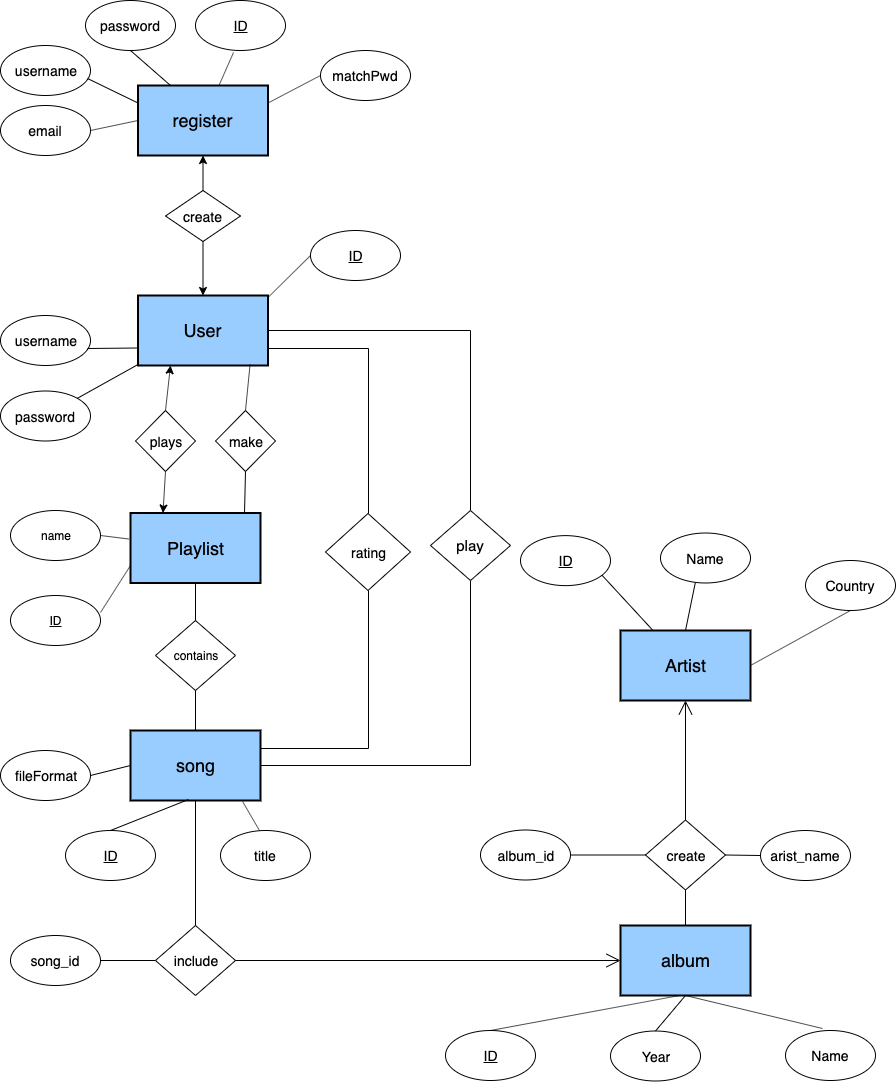
Earlier version of the draw.io export Project Design/cs157a_ERD.png (JPhenglavong/CS157A-20). Source tidied: cells renumbered, new cells last; positions are measured from the earlier drawing's top-left corner, leaving out a move shared by most shapes.
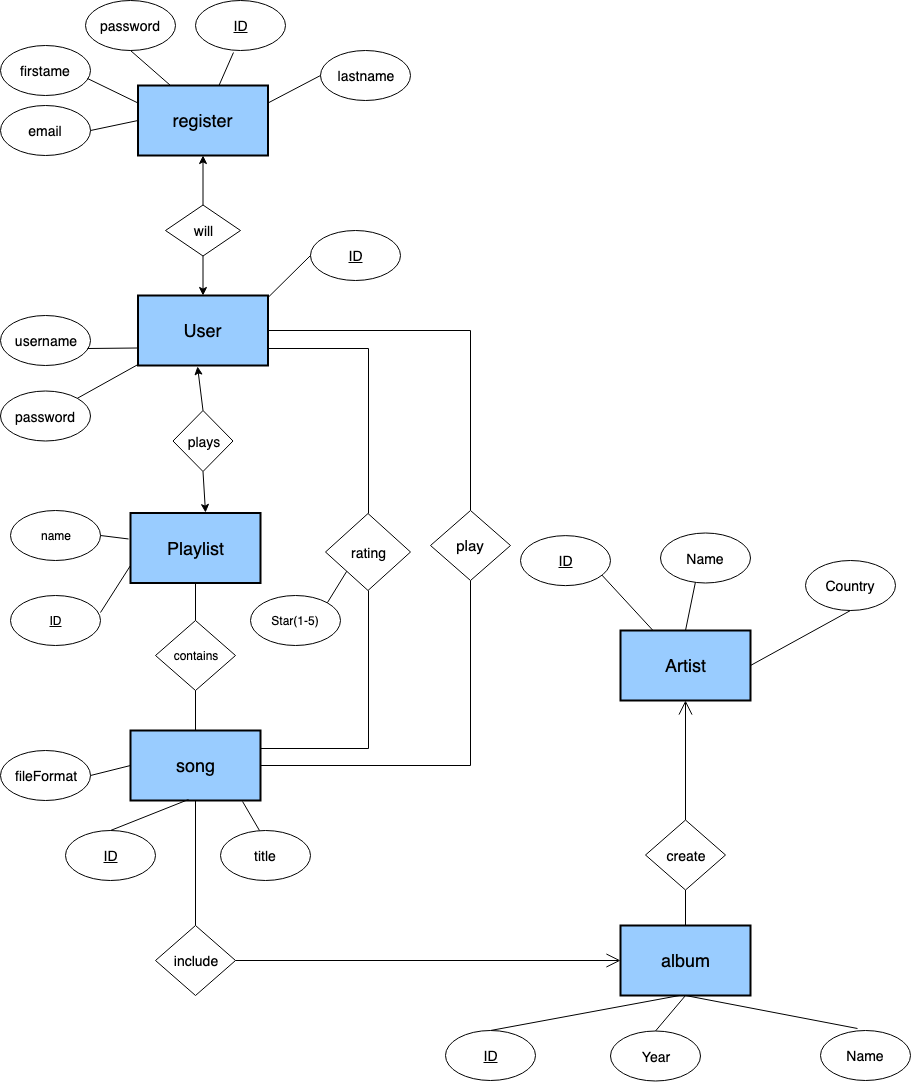
After the commit.

Commit message:
correct some mistake

Diff of the diagram source:
```diff
@@ -30,32 +30,20 @@
       <mxGeometry x="130" y="512.5" width="130" height="70" as="geometry" />
     </mxCell>
     <mxCell id="11" value="&lt;font style=&quot;font-size: 14px&quot;&gt;plays&lt;/font&gt;" style="rhombus;whiteSpace=wrap;html=1;" parent="1" vertex="1">
-      <mxGeometry x="135" y="410" width="60" height="61" as="geometry" />
+      <mxGeometry x="172.5" y="410" width="60" height="61" as="geometry" />
     </mxCell>
-    <mxCell id="12" value="&lt;font style=&quot;font-size: 14px&quot;&gt;make&lt;/font&gt;" style="rhombus;whiteSpace=wrap;html=1;" parent="1" vertex="1">
-      <mxGeometry x="215" y="410" width="60" height="61" as="geometry" />
-    </mxCell>
-    <mxCell id="13" style="endArrow=classic;html=1;exitX=0.5;exitY=0;exitDx=0;exitDy=0;entryX=0.25;entryY=1;entryDx=0;entryDy=0;" parent="1" edge="1" source="11" target="3">
+    <mxCell id="13" style="endArrow=classic;html=1;exitX=0.5;exitY=0;exitDx=0;exitDy=0;entryX=0.458;entryY=1.014;entryDx=0;entryDy=0;entryPerimeter=0;" parent="1" edge="1" source="11" target="3">
       <mxGeometry relative="1" as="geometry" />
     </mxCell>
-    <mxCell id="14" style="endArrow=none;html=1;exitX=0.5;exitY=0;exitDx=0;exitDy=0;entryX=0.862;entryY=0.986;entryDx=0;entryDy=0;entryPerimeter=0;" parent="1" edge="1" source="12" target="3">
-      <mxGeometry relative="1" as="geometry" />
-    </mxCell>
-    <mxCell id="15" style="endArrow=classic;html=1;entryX=0.25;entryY=0;entryDx=0;entryDy=0;exitX=0.5;exitY=1;exitDx=0;exitDy=0;" parent="1" edge="1" source="11" target="10">
+    <mxCell id="15" style="endArrow=classic;html=1;entryX=0.577;entryY=-0.007;entryDx=0;entryDy=0;exitX=0.5;exitY=1;exitDx=0;exitDy=0;entryPerimeter=0;" parent="1" edge="1" source="11" target="10">
       <mxGeometry relative="1" as="geometry" />
     </mxCell>
-    <mxCell id="16" style="endArrow=none;html=1;entryX=0.5;entryY=1;entryDx=0;entryDy=0;exitX=0.877;exitY=0;exitDx=0;exitDy=0;exitPerimeter=0;" parent="1" edge="1" source="10" target="12">
-      <mxGeometry relative="1" as="geometry" />
-    </mxCell>
     <mxCell id="17" value="name" style="ellipse;whiteSpace=wrap;html=1;" parent="1" vertex="1">
       <mxGeometry x="10" y="510" width="90" height="50" as="geometry" />
     </mxCell>
     <mxCell id="18" value="&lt;u&gt;ID&lt;/u&gt;" style="ellipse;whiteSpace=wrap;html=1;" parent="1" vertex="1">
       <mxGeometry x="10" y="595" width="90" height="50" as="geometry" />
     </mxCell>
-    <mxCell id="19" style="endArrow=none;html=1;entryX=0;entryY=0.5;entryDx=0;entryDy=0;exitX=1;exitY=0.5;exitDx=0;exitDy=0;" parent="1" edge="1" source="45" target="53">
-      <mxGeometry relative="1" as="geometry" />
-    </mxCell>
     <mxCell id="20" style="endArrow=none;html=1;exitX=-0.015;exitY=0.371;exitDx=0;exitDy=0;exitPerimeter=0;entryX=1;entryY=0.5;entryDx=0;entryDy=0;" parent="1" edge="1" source="10" target="17">
       <mxGeometry relative="1" as="geometry" />
     </mxCell>
@@ -109,12 +97,6 @@
     <mxCell id="36" style="endArrow=none;html=1;entryX=0.454;entryY=1;entryDx=0;entryDy=0;entryPerimeter=0;exitX=0.5;exitY=0;exitDx=0;exitDy=0;" parent="1" edge="1" source="39" target="35">
       <mxGeometry relative="1" as="geometry" />
     </mxCell>
-    <mxCell id="37" value="&lt;font style=&quot;font-size: 14px&quot;&gt;song_id&lt;/font&gt;" style="ellipse;whiteSpace=wrap;html=1;" parent="1" vertex="1">
-      <mxGeometry x="10" y="935" width="90" height="50" as="geometry" />
-    </mxCell>
-    <mxCell id="38" style="endArrow=none;html=1;entryX=1;entryY=0.5;entryDx=0;entryDy=0;exitX=0;exitY=0.5;exitDx=0;exitDy=0;" parent="1" edge="1" source="33" target="37">
-      <mxGeometry relative="1" as="geometry" />
-    </mxCell>
     <mxCell id="39" value="&lt;u&gt;&lt;font style=&quot;font-size: 14px&quot;&gt;ID&lt;/font&gt;&lt;/u&gt;" style="ellipse;whiteSpace=wrap;html=1;" parent="1" vertex="1">
       <mxGeometry x="445" y="1030" width="90" height="50" as="geometry" />
     </mxCell>
@@ -122,7 +104,7 @@
       <mxGeometry x="610" y="1030.5" width="90" height="50" as="geometry" />
     </mxCell>
     <mxCell id="41" value="&lt;font style=&quot;font-size: 14px&quot;&gt;Name&lt;/font&gt;" style="ellipse;whiteSpace=wrap;html=1;" parent="1" vertex="1">
-      <mxGeometry x="785" y="1030" width="90" height="50" as="geometry" />
+      <mxGeometry x="820" y="1030" width="90" height="50" as="geometry" />
     </mxCell>
     <mxCell id="42" style="endArrow=none;html=1;entryX=0.5;entryY=1;entryDx=0;entryDy=0;exitX=0.5;exitY=0;exitDx=0;exitDy=0;" parent="1" edge="1" source="40" target="35">
       <mxGeometry relative="1" as="geometry" />
@@ -154,19 +136,10 @@
     <mxCell id="51" style="endArrow=none;html=1;entryX=1;entryY=0.5;entryDx=0;entryDy=0;exitX=0.5;exitY=1;exitDx=0;exitDy=0;" parent="1" edge="1" source="49" target="47">
       <mxGeometry relative="1" as="geometry" />
     </mxCell>
-    <mxCell id="52" value="&lt;font style=&quot;font-size: 14px&quot;&gt;album_id&lt;/font&gt;" style="ellipse;whiteSpace=wrap;html=1;" parent="1" vertex="1">
-      <mxGeometry x="480" y="829.5" width="90" height="50" as="geometry" />
-    </mxCell>
-    <mxCell id="53" value="&lt;font style=&quot;font-size: 14px&quot;&gt;arist_name&lt;/font&gt;" style="ellipse;whiteSpace=wrap;html=1;" parent="1" vertex="1">
-      <mxGeometry x="760" y="830" width="90" height="50" as="geometry" />
-    </mxCell>
-    <mxCell id="54" style="endArrow=none;html=1;entryX=1;entryY=0.5;entryDx=0;entryDy=0;" parent="1" edge="1" source="45" target="52">
-      <mxGeometry relative="1" as="geometry" />
-    </mxCell>
     <mxCell id="55" value="&lt;font style=&quot;font-size: 18px&quot;&gt;register&lt;/font&gt;" style="strokeWidth=2;whiteSpace=wrap;html=1;align=center;fontSize=14;fillColor=#99CCFF;" parent="1" vertex="1">
       <mxGeometry x="137.5" y="85" width="130" height="70" as="geometry" />
     </mxCell>
-    <mxCell id="56" value="&lt;font style=&quot;font-size: 14px&quot;&gt;username&lt;/font&gt;" style="ellipse;whiteSpace=wrap;html=1;" parent="1" vertex="1">
+    <mxCell id="56" value="&lt;font style=&quot;font-size: 14px&quot;&gt;firstame&lt;/font&gt;" style="ellipse;whiteSpace=wrap;html=1;" parent="1" vertex="1">
       <mxGeometry y="45" width="90" height="50" as="geometry" />
     </mxCell>
     <mxCell id="57" value="&lt;font style=&quot;font-size: 14px&quot;&gt;email&lt;/font&gt;" style="ellipse;whiteSpace=wrap;html=1;" parent="1" vertex="1">
@@ -178,7 +151,7 @@
     <mxCell id="59" value="&lt;font style=&quot;font-size: 14px&quot;&gt;password&lt;/font&gt;" style="ellipse;whiteSpace=wrap;html=1;" parent="1" vertex="1">
       <mxGeometry x="85" width="90" height="50" as="geometry" />
     </mxCell>
-    <mxCell id="60" value="&lt;font style=&quot;font-size: 14px&quot;&gt;matchPwd&lt;/font&gt;" style="ellipse;whiteSpace=wrap;html=1;" parent="1" vertex="1">
+    <mxCell id="60" value="&lt;font style=&quot;font-size: 14px&quot;&gt;lastname&lt;/font&gt;" style="ellipse;whiteSpace=wrap;html=1;" parent="1" vertex="1">
       <mxGeometry x="320" y="50" width="90" height="50" as="geometry" />
     </mxCell>
     <mxCell id="61" style="endArrow=none;html=1;entryX=0;entryY=0.25;entryDx=0;entryDy=0;exitX=0.967;exitY=0.66;exitDx=0;exitDy=0;exitPerimeter=0;" parent="1" edge="1" source="56" target="55">
@@ -196,8 +169,8 @@
     <mxCell id="65" style="endArrow=none;html=1;entryX=1;entryY=0.25;entryDx=0;entryDy=0;exitX=0;exitY=0.5;exitDx=0;exitDy=0;" parent="1" edge="1" source="60" target="55">
       <mxGeometry relative="1" as="geometry" />
     </mxCell>
-    <mxCell id="66" value="&lt;font style=&quot;font-size: 14px&quot;&gt;create&lt;/font&gt;" style="rhombus;whiteSpace=wrap;html=1;" parent="1" vertex="1">
-      <mxGeometry x="165" y="190" width="75" height="51" as="geometry" />
+    <mxCell id="66" value="&lt;font style=&quot;font-size: 14px&quot;&gt;will&lt;/font&gt;" style="rhombus;whiteSpace=wrap;html=1;" parent="1" vertex="1">
+      <mxGeometry x="165" y="204.5" width="75" height="51" as="geometry" />
     </mxCell>
     <mxCell id="67" style="endArrow=classic;html=1;entryX=0.5;entryY=1;entryDx=0;entryDy=0;exitX=0.5;exitY=0;exitDx=0;exitDy=0;" parent="1" edge="1" source="66" target="55">
       <mxGeometry relative="1" as="geometry" />
@@ -229,5 +202,11 @@
     <mxCell id="76" value="&lt;u&gt;&lt;font style=&quot;font-size: 14px&quot;&gt;ID&lt;/font&gt;&lt;/u&gt;" style="ellipse;whiteSpace=wrap;html=1;" parent="1" vertex="1">
       <mxGeometry x="520" y="535.1" width="90" height="50" as="geometry" />
     </mxCell>
+    <mxCell id="77" style="edgeStyle=none;rounded=0;jettySize=auto;html=1;exitX=1;exitY=0;exitDx=0;exitDy=0;entryX=0;entryY=1;entryDx=0;entryDy=0;endArrow=none;endFill=0;" parent="1" edge="1" source="78" target="75">
+      <mxGeometry relative="1" as="geometry" />
+    </mxCell>
+    <mxCell id="78" value="Star(1-5)" style="ellipse;whiteSpace=wrap;html=1;" parent="1" vertex="1">
+      <mxGeometry x="250" y="595" width="90" height="50" as="geometry" />
+    </mxCell>
   </root>
 </mxGraphModel>
```
